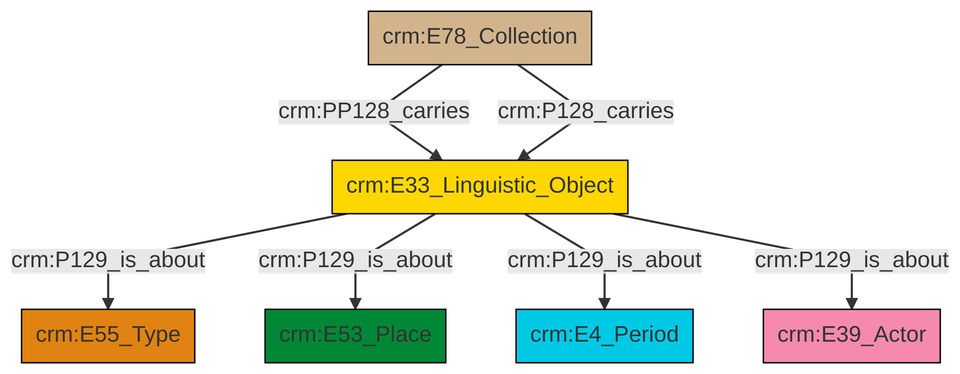
Earlier version of the Mermaid export et/archivalCSV/ttl/mmd/png/archival_aboutness.png (swiss-art-research-net/docs.swissartresearch). Its source is kept beside it as et/archivalCSV/ttl/mmd/archival_aboutness.ttl.mmd.
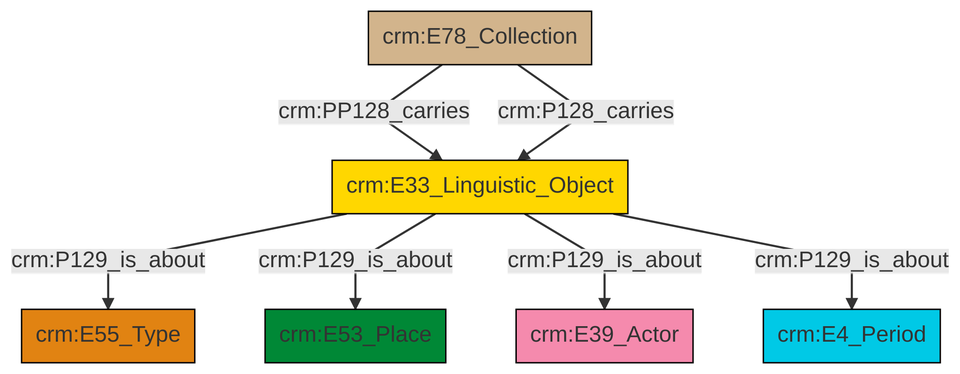
After the commit.

Change to the diagram source:
```diff
@@ -14,8 +14,8 @@
 classDef Multi fill:#cccccc,stroke:#000000;
 
 0["crm:E33_Linguistic_Object"]:::Conceptual_Object -->|crm:P129_is_about| 1["crm:E55_Type"]:::Type
-0["crm:E33_Linguistic_Object"]:::Conceptual_Object -->|crm:P129_is_about| 4["crm:E53_Place"]:::Place
-0["crm:E33_Linguistic_Object"]:::Conceptual_Object -->|crm:P129_is_about| 6["crm:E4_Period"]:::Temporal_Entity
-0["crm:E33_Linguistic_Object"]:::Conceptual_Object -->|crm:P129_is_about| 2["crm:E39_Actor"]:::Actor
-7["crm:E78_Collection"]:::Physical_Thing -->|crm:PP128_carries| 0["crm:E33_Linguistic_Object"]:::Conceptual_Object
-7["crm:E78_Collection"]:::Physical_Thing -->|crm:P128_carries| 0["crm:E33_Linguistic_Object"]:::Conceptual_Object
+2["crm:E78_Collection"]:::Physical_Thing -->|crm:PP128_carries| 0["crm:E33_Linguistic_Object"]:::Conceptual_Object
+0["crm:E33_Linguistic_Object"]:::Conceptual_Object -->|crm:P129_is_about| 3["crm:E53_Place"]:::Place
+2["crm:E78_Collection"]:::Physical_Thing -->|crm:P128_carries| 0["crm:E33_Linguistic_Object"]:::Conceptual_Object
+0["crm:E33_Linguistic_Object"]:::Conceptual_Object -->|crm:P129_is_about| 4["crm:E39_Actor"]:::Actor
+0["crm:E33_Linguistic_Object"]:::Conceptual_Object -->|crm:P129_is_about| 8["crm:E4_Period"]:::Temporal_Entity
```
